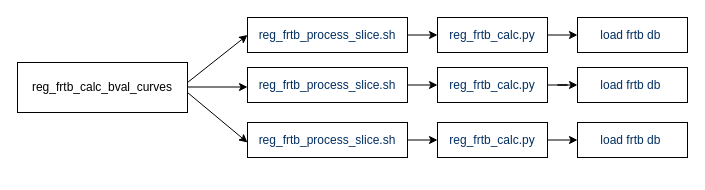
This is frtb-calc.drawio from LiangRao/drawio-github, a draw.io file, before an edit. Source tidied: cells renumbered, new cells numbered last; positions are measured from the earlier drawing's top-left corner, leaving out a move shared by most shapes. Both pictures are drawn from the tidied source at 100%, with x=0, y=0 at pixel (17, 17).
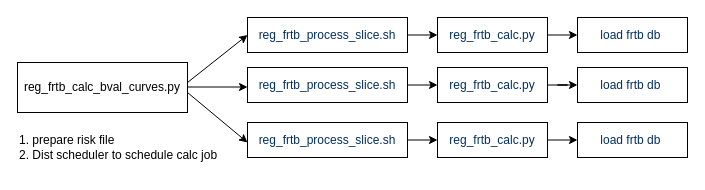
After the change.

What changed in the source:
```diff
@@
-    <mxCell id="2" value="reg_frtb_calc_bval_curves" style="rounded=0;whiteSpace=wrap;html=1;" parent="1" vertex="1">
+    <mxCell id="2" value="reg_frtb_calc_bval_curves.py" style="rounded=0;whiteSpace=wrap;html=1;" parent="1" vertex="1">
       <mxGeometry y="45" width="170" height="50" as="geometry" />
     </mxCell>
@@
+    <mxCell id="21" value="1. prepare risk file&lt;br&gt;&lt;div&gt;&lt;div&gt;2. Dist scheduler to schedule calc job&lt;/div&gt;&lt;/div&gt;" style="text;html=1;strokeColor=none;fillColor=none;align=left;verticalAlign=middle;whiteSpace=wrap;rounded=0;" parent="1" vertex="1">
+      <mxGeometry y="105" width="210" height="50" as="geometry" />
+    </mxCell>
```
